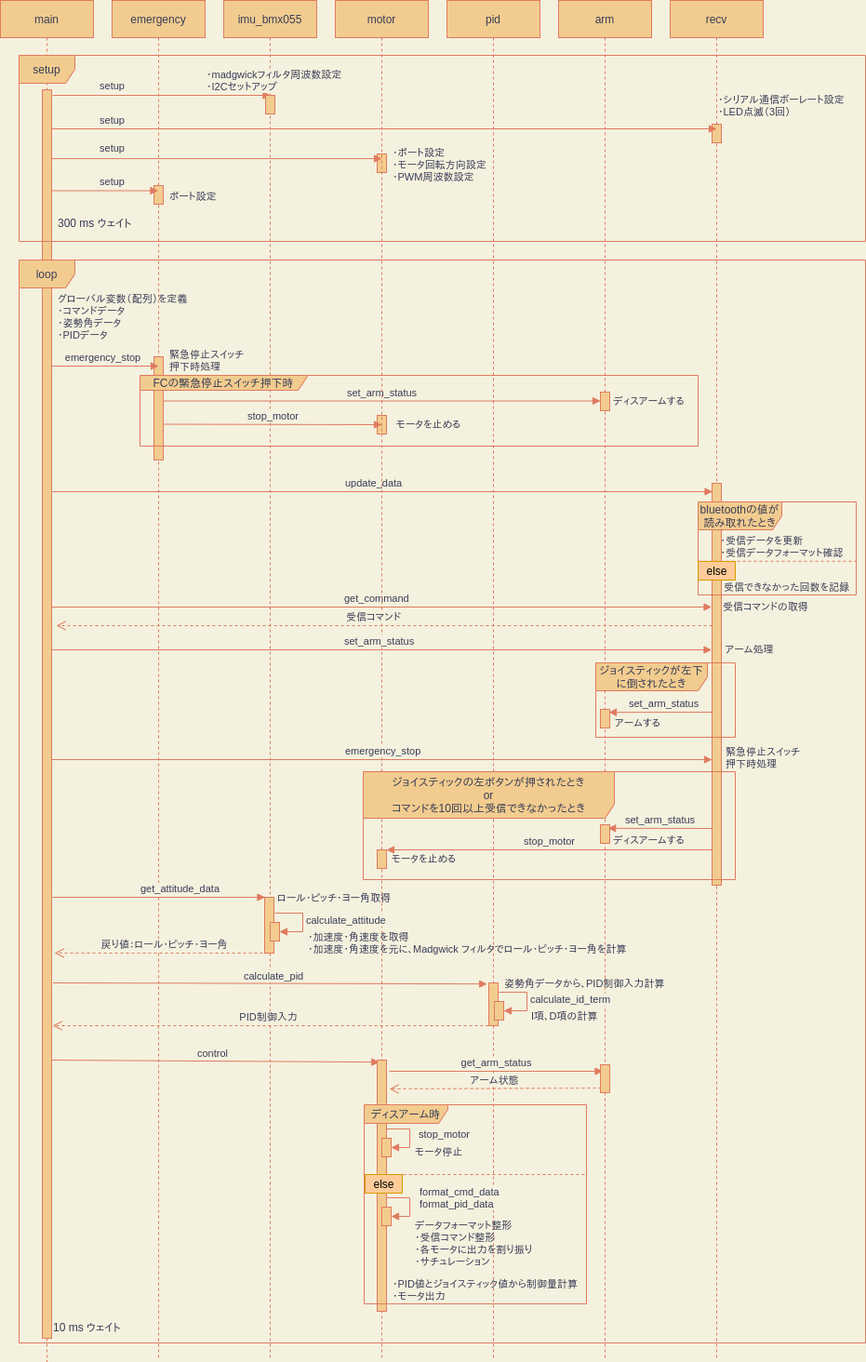
Above: architecture/main.drawio.png in remmaTech12/quadrotor (draw.io), before the change. Source tidied: cells renumbered, new cells last; positions are measured from the earlier drawing's top-left corner, leaving out a move shared by most shapes.
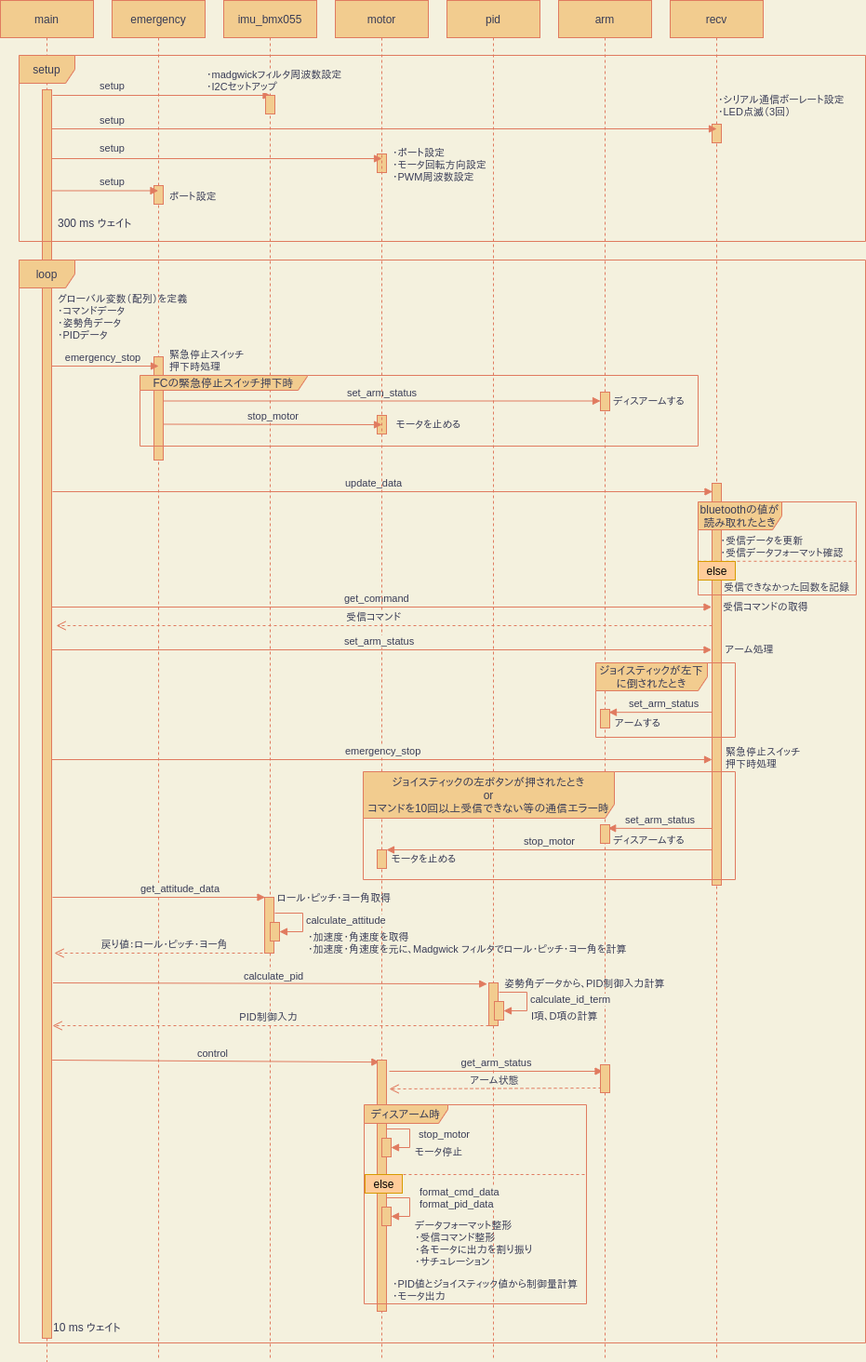
The same file after the commit.

Commit message:
Subtle change about emergency stop.

Diff of the diagram source:
```diff
@@ -205,7 +205,7 @@
     <mxCell id="53" style="group;" parent="52" vertex="1">
       <mxGeometry y="7" width="400" height="116" as="geometry" />
     </mxCell>
-    <mxCell id="54" value="ジョイスティックの左ボタンが押されたとき&lt;br&gt;or&lt;br&gt;コマンドを10回以上受信できなかったとき" style="shape=umlFrame;whiteSpace=wrap;html=1;fillColor=#F2CC8F;strokeColor=#E07A5F;fontColor=#393C56;width=270;height=50;" parent="53" vertex="1">
+    <mxCell id="54" value="ジョイスティックの左ボタンが押されたとき&lt;br&gt;or&lt;br&gt;コマンドを10回以上受信できない等の通信エラー時" style="shape=umlFrame;whiteSpace=wrap;html=1;fillColor=#F2CC8F;strokeColor=#E07A5F;fontColor=#393C56;width=270;height=50;" parent="53" vertex="1">
       <mxGeometry width="400" height="116" as="geometry" />
     </mxCell>
     <mxCell id="55" value="set_arm_status" style="html=1;verticalAlign=bottom;endArrow=block;fontColor=#393C56;strokeColor=#E07A5F;fillColor=#F2CC8F;entryX=0.013;entryY=-0.158;entryDx=0;entryDy=0;entryPerimeter=0;labelBackgroundColor=#F4F1DE;" parent="53" edge="1" target="57">
```
